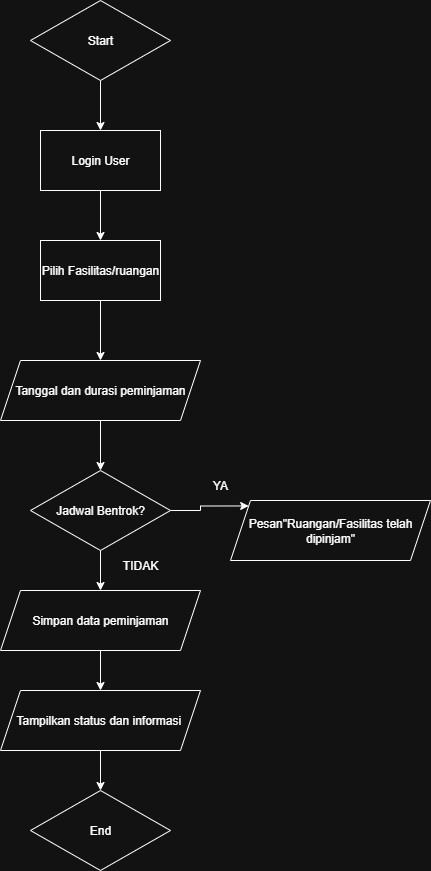
Before: Framework.drawio.png, a diagram exported from draw.io (ieatcheese99/Framework). Source tidied: cells renumbered, new cells last; positions are measured from the earlier drawing's top-left corner, leaving out a move shared by most shapes. The source it was exported from:
```xml
<mxGraphModel>
  <root>
    <mxCell id="0" />
    <mxCell id="1" parent="0" />
    <mxCell id="2" style="edgeStyle=orthogonalEdgeStyle;rounded=0;jettySize=auto;html=1;entryX=0.5;entryY=0;entryDx=0;entryDy=0;" parent="1" edge="1" source="3" target="6">
      <mxGeometry relative="1" as="geometry" />
    </mxCell>
    <mxCell id="3" value="Start" style="rhombus;whiteSpace=wrap;html=1;" parent="1" vertex="1">
      <mxGeometry x="30" width="140" height="80" as="geometry" />
    </mxCell>
    <mxCell id="4" value="End" style="rhombus;whiteSpace=wrap;html=1;" parent="1" vertex="1">
      <mxGeometry x="30" y="790" width="140" height="80" as="geometry" />
    </mxCell>
    <mxCell id="5" style="edgeStyle=orthogonalEdgeStyle;rounded=0;jettySize=auto;html=1;entryX=0.5;entryY=0;entryDx=0;entryDy=0;" parent="1" edge="1" source="6" target="8">
      <mxGeometry relative="1" as="geometry" />
    </mxCell>
    <mxCell id="6" value="Login User" style="rounded=0;whiteSpace=wrap;html=1;" parent="1" vertex="1">
      <mxGeometry x="40" y="130" width="120" height="60" as="geometry" />
    </mxCell>
    <mxCell id="7" style="edgeStyle=orthogonalEdgeStyle;rounded=0;jettySize=auto;html=1;entryX=0.5;entryY=0;entryDx=0;entryDy=0;" parent="1" edge="1" source="8" target="10">
      <mxGeometry relative="1" as="geometry" />
    </mxCell>
    <mxCell id="8" value="Pilih Fasilitas/ruangan" style="rounded=0;whiteSpace=wrap;html=1;" parent="1" vertex="1">
      <mxGeometry x="40" y="240" width="120" height="60" as="geometry" />
    </mxCell>
    <mxCell id="9" style="edgeStyle=orthogonalEdgeStyle;rounded=0;jettySize=auto;html=1;entryX=0.5;entryY=0;entryDx=0;entryDy=0;" parent="1" edge="1" source="10" target="13">
      <mxGeometry relative="1" as="geometry" />
    </mxCell>
    <mxCell id="10" value="Tanggal dan durasi peminjaman" style="shape=parallelogram;perimeter=parallelogramPerimeter;whiteSpace=wrap;html=1;fixedSize=1;" parent="1" vertex="1">
      <mxGeometry y="360" width="200" height="60" as="geometry" />
    </mxCell>
    <mxCell id="11" style="edgeStyle=orthogonalEdgeStyle;rounded=0;jettySize=auto;html=1;entryX=0.5;entryY=0;entryDx=0;entryDy=0;" parent="1" edge="1" source="13" target="15">
      <mxGeometry relative="1" as="geometry" />
    </mxCell>
    <mxCell id="12" style="edgeStyle=orthogonalEdgeStyle;rounded=0;jettySize=auto;html=1;exitX=1;exitY=0.5;exitDx=0;exitDy=0;entryX=0;entryY=0;entryDx=0;entryDy=0;" parent="1" edge="1" source="13" target="16">
      <mxGeometry relative="1" as="geometry" />
    </mxCell>
    <mxCell id="13" value="Jadwal Bentrok?" style="rhombus;whiteSpace=wrap;html=1;" parent="1" vertex="1">
      <mxGeometry x="30" y="470" width="140" height="80" as="geometry" />
    </mxCell>
    <mxCell id="14" style="edgeStyle=orthogonalEdgeStyle;rounded=0;jettySize=auto;html=1;entryX=0.5;entryY=0;entryDx=0;entryDy=0;" parent="1" edge="1" source="15" target="18">
      <mxGeometry relative="1" as="geometry" />
    </mxCell>
    <mxCell id="15" value="Simpan data peminjaman" style="shape=parallelogram;perimeter=parallelogramPerimeter;whiteSpace=wrap;html=1;fixedSize=1;" parent="1" vertex="1">
      <mxGeometry y="590" width="200" height="60" as="geometry" />
    </mxCell>
    <mxCell id="16" value="Pesan&quot;Ruangan/Fasilitas telah dipinjam&quot;" style="shape=parallelogram;perimeter=parallelogramPerimeter;whiteSpace=wrap;html=1;fixedSize=1;" parent="1" vertex="1">
      <mxGeometry x="230" y="500" width="200" height="60" as="geometry" />
    </mxCell>
    <mxCell id="17" style="edgeStyle=orthogonalEdgeStyle;rounded=0;jettySize=auto;html=1;entryX=0.5;entryY=0;entryDx=0;entryDy=0;" parent="1" edge="1" source="18" target="4">
      <mxGeometry relative="1" as="geometry" />
    </mxCell>
    <mxCell id="18" value="Tampilkan status dan informasi&amp;nbsp;" style="shape=parallelogram;perimeter=parallelogramPerimeter;whiteSpace=wrap;html=1;fixedSize=1;" parent="1" vertex="1">
      <mxGeometry y="690" width="200" height="60" as="geometry" />
    </mxCell>
    <mxCell id="19" value="YA" style="text;html=1;align=center;verticalAlign=middle;whiteSpace=wrap;rounded=0;" parent="1" vertex="1">
      <mxGeometry x="190" y="470" width="60" height="30" as="geometry" />
    </mxCell>
    <mxCell id="20" value="TIDAK" style="text;html=1;align=center;verticalAlign=middle;whiteSpace=wrap;rounded=0;" parent="1" vertex="1">
      <mxGeometry x="110" y="550" width="60" height="30" as="geometry" />
    </mxCell>
  </root>
</mxGraphModel>
```
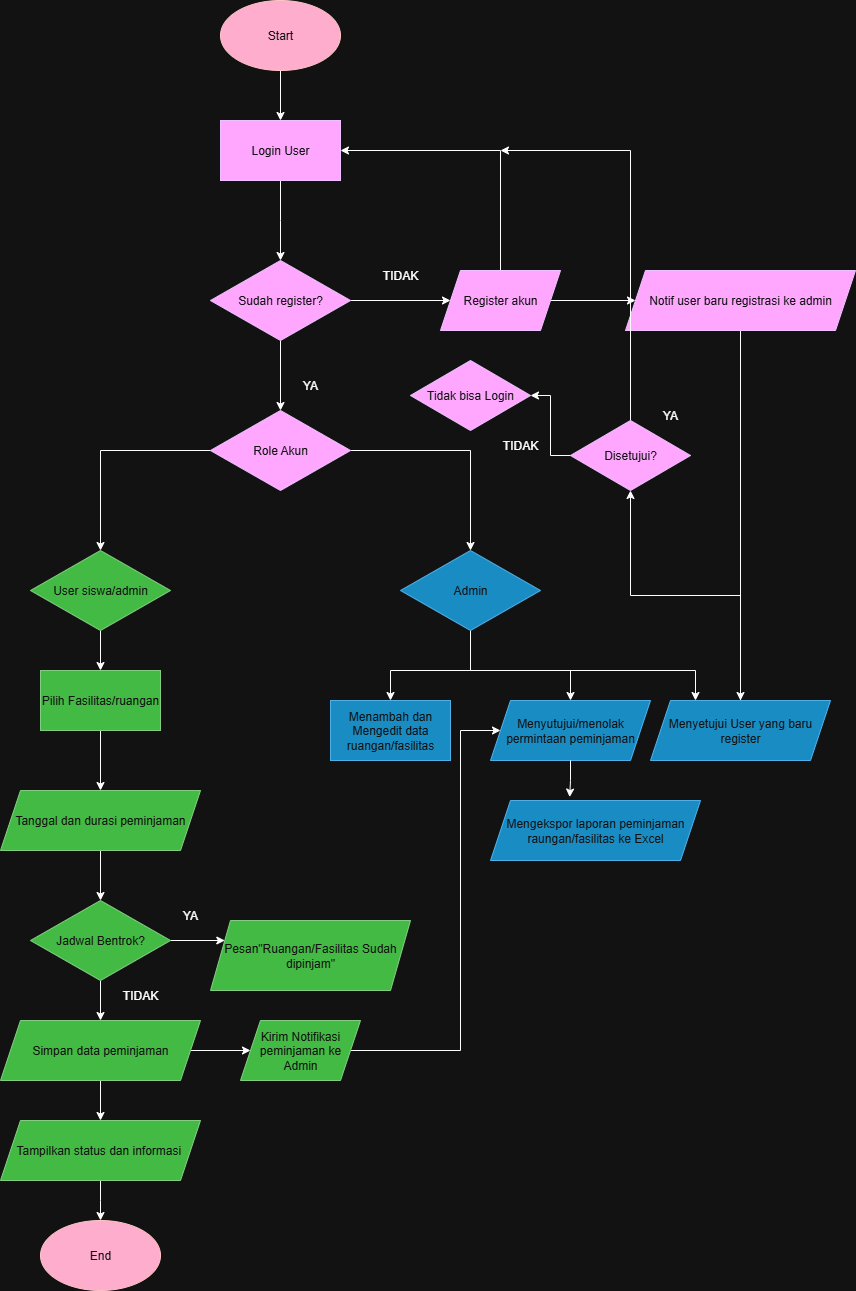
Above is the later version.

The edit, as a diff of the source:
```diff
@@ -2,62 +2,202 @@
   <root>
     <mxCell id="0" />
     <mxCell id="1" parent="0" />
-    <mxCell id="2" style="edgeStyle=orthogonalEdgeStyle;rounded=0;jettySize=auto;html=1;entryX=0.5;entryY=0;entryDx=0;entryDy=0;" parent="1" edge="1" source="3" target="6">
-      <mxGeometry relative="1" as="geometry" />
-    </mxCell>
-    <mxCell id="3" value="Start" style="rhombus;whiteSpace=wrap;html=1;" parent="1" vertex="1">
-      <mxGeometry x="30" width="140" height="80" as="geometry" />
-    </mxCell>
-    <mxCell id="4" value="End" style="rhombus;whiteSpace=wrap;html=1;" parent="1" vertex="1">
-      <mxGeometry x="30" y="790" width="140" height="80" as="geometry" />
-    </mxCell>
-    <mxCell id="5" style="edgeStyle=orthogonalEdgeStyle;rounded=0;jettySize=auto;html=1;entryX=0.5;entryY=0;entryDx=0;entryDy=0;" parent="1" edge="1" source="6" target="8">
-      <mxGeometry relative="1" as="geometry" />
-    </mxCell>
+    <mxCell id="21" style="edgeStyle=orthogonalEdgeStyle;rounded=0;jettySize=auto;html=1;" parent="1" edge="1" source="6">
+      <mxGeometry relative="1" as="geometry">
+        <mxPoint x="280" y="-170" as="targetPoint" />
+      </mxGeometry>
+    </mxCell>
-    <mxCell id="6" value="Login User" style="rounded=0;whiteSpace=wrap;html=1;" parent="1" vertex="1">
-      <mxGeometry x="40" y="130" width="120" height="60" as="geometry" />
+    <mxCell id="6" value="Login User" style="rounded=0;whiteSpace=wrap;html=1;fillColor=#6a00ff;fontColor=#ffffff;strokeColor=#3700CC;" parent="1" vertex="1">
+      <mxGeometry x="220" y="-310" width="120" height="60" as="geometry" />
     </mxCell>
     <mxCell id="7" style="edgeStyle=orthogonalEdgeStyle;rounded=0;jettySize=auto;html=1;entryX=0.5;entryY=0;entryDx=0;entryDy=0;" parent="1" edge="1" source="8" target="10">
       <mxGeometry relative="1" as="geometry" />
     </mxCell>
-    <mxCell id="8" value="Pilih Fasilitas/ruangan" style="rounded=0;whiteSpace=wrap;html=1;" parent="1" vertex="1">
+    <mxCell id="8" value="Pilih Fasilitas/ruangan" style="rounded=0;whiteSpace=wrap;html=1;fillColor=#008a00;fontColor=#ffffff;strokeColor=#005700;" parent="1" vertex="1">
       <mxGeometry x="40" y="240" width="120" height="60" as="geometry" />
     </mxCell>
     <mxCell id="9" style="edgeStyle=orthogonalEdgeStyle;rounded=0;jettySize=auto;html=1;entryX=0.5;entryY=0;entryDx=0;entryDy=0;" parent="1" edge="1" source="10" target="13">
       <mxGeometry relative="1" as="geometry" />
     </mxCell>
-    <mxCell id="10" value="Tanggal dan durasi peminjaman" style="shape=parallelogram;perimeter=parallelogramPerimeter;whiteSpace=wrap;html=1;fixedSize=1;" parent="1" vertex="1">
+    <mxCell id="10" value="Tanggal dan durasi peminjaman" style="shape=parallelogram;perimeter=parallelogramPerimeter;whiteSpace=wrap;html=1;fixedSize=1;fillColor=#008a00;fontColor=#ffffff;strokeColor=#005700;" parent="1" vertex="1">
       <mxGeometry y="360" width="200" height="60" as="geometry" />
     </mxCell>
     <mxCell id="11" style="edgeStyle=orthogonalEdgeStyle;rounded=0;jettySize=auto;html=1;entryX=0.5;entryY=0;entryDx=0;entryDy=0;" parent="1" edge="1" source="13" target="15">
       <mxGeometry relative="1" as="geometry" />
     </mxCell>
-    <mxCell id="12" style="edgeStyle=orthogonalEdgeStyle;rounded=0;jettySize=auto;html=1;exitX=1;exitY=0.5;exitDx=0;exitDy=0;entryX=0;entryY=0;entryDx=0;entryDy=0;" parent="1" edge="1" source="13" target="16">
+    <mxCell id="12" style="edgeStyle=orthogonalEdgeStyle;rounded=0;jettySize=auto;html=1;entryX=0;entryY=0.25;entryDx=0;entryDy=0;" parent="1" edge="1" source="13" target="16">
       <mxGeometry relative="1" as="geometry" />
     </mxCell>
-    <mxCell id="13" value="Jadwal Bentrok?" style="rhombus;whiteSpace=wrap;html=1;" parent="1" vertex="1">
+    <mxCell id="13" value="Jadwal Bentrok?" style="rhombus;whiteSpace=wrap;html=1;fillColor=#008a00;fontColor=#ffffff;strokeColor=#005700;" parent="1" vertex="1">
       <mxGeometry x="30" y="470" width="140" height="80" as="geometry" />
     </mxCell>
     <mxCell id="14" style="edgeStyle=orthogonalEdgeStyle;rounded=0;jettySize=auto;html=1;entryX=0.5;entryY=0;entryDx=0;entryDy=0;" parent="1" edge="1" source="15" target="18">
       <mxGeometry relative="1" as="geometry" />
     </mxCell>
+    <mxCell id="22" style="edgeStyle=orthogonalEdgeStyle;rounded=0;jettySize=auto;html=1;" parent="1" edge="1" source="15" target="46">
+      <mxGeometry relative="1" as="geometry" />
+    </mxCell>
-    <mxCell id="15" value="Simpan data peminjaman" style="shape=parallelogram;perimeter=parallelogramPerimeter;whiteSpace=wrap;html=1;fixedSize=1;" parent="1" vertex="1">
+    <mxCell id="15" value="Simpan data peminjaman" style="shape=parallelogram;perimeter=parallelogramPerimeter;whiteSpace=wrap;html=1;fixedSize=1;fillColor=#008a00;fontColor=#ffffff;strokeColor=#005700;" parent="1" vertex="1">
       <mxGeometry y="590" width="200" height="60" as="geometry" />
     </mxCell>
-    <mxCell id="16" value="Pesan&quot;Ruangan/Fasilitas telah dipinjam&quot;" style="shape=parallelogram;perimeter=parallelogramPerimeter;whiteSpace=wrap;html=1;fixedSize=1;" parent="1" vertex="1">
-      <mxGeometry x="230" y="500" width="200" height="60" as="geometry" />
+    <mxCell id="16" value="Pesan&quot;Ruangan/Fasilitas Sudah dipinjam&quot;" style="shape=parallelogram;perimeter=parallelogramPerimeter;whiteSpace=wrap;html=1;fixedSize=1;size=20;fillColor=#008a00;fontColor=#ffffff;strokeColor=#005700;" parent="1" vertex="1">
+      <mxGeometry x="210" y="490" width="200" height="70" as="geometry" />
     </mxCell>
-    <mxCell id="17" style="edgeStyle=orthogonalEdgeStyle;rounded=0;jettySize=auto;html=1;entryX=0.5;entryY=0;entryDx=0;entryDy=0;" parent="1" edge="1" source="18" target="4">
-      <mxGeometry relative="1" as="geometry" />
-    </mxCell>
+    <mxCell id="23" style="edgeStyle=orthogonalEdgeStyle;rounded=0;jettySize=auto;html=1;" parent="1" edge="1" source="18">
+      <mxGeometry relative="1" as="geometry">
+        <mxPoint x="100" y="790" as="targetPoint" />
+      </mxGeometry>
+    </mxCell>
-    <mxCell id="18" value="Tampilkan status dan informasi&amp;nbsp;" style="shape=parallelogram;perimeter=parallelogramPerimeter;whiteSpace=wrap;html=1;fixedSize=1;" parent="1" vertex="1">
+    <mxCell id="18" value="Tampilkan status dan informasi&amp;nbsp;" style="shape=parallelogram;perimeter=parallelogramPerimeter;whiteSpace=wrap;html=1;fixedSize=1;fillColor=#008a00;fontColor=#ffffff;strokeColor=#005700;" parent="1" vertex="1">
       <mxGeometry y="690" width="200" height="60" as="geometry" />
     </mxCell>
     <mxCell id="19" value="YA" style="text;html=1;align=center;verticalAlign=middle;whiteSpace=wrap;rounded=0;" parent="1" vertex="1">
-      <mxGeometry x="190" y="470" width="60" height="30" as="geometry" />
+      <mxGeometry x="160" y="470" width="60" height="30" as="geometry" />
     </mxCell>
     <mxCell id="20" value="TIDAK" style="text;html=1;align=center;verticalAlign=middle;whiteSpace=wrap;rounded=0;" parent="1" vertex="1">
       <mxGeometry x="110" y="550" width="60" height="30" as="geometry" />
     </mxCell>
+    <mxCell id="24" value="Menambah dan Mengedit data ruangan/fasilitas" style="rounded=0;whiteSpace=wrap;html=1;fillColor=#1ba1e2;fontColor=#ffffff;strokeColor=#006EAF;" parent="1" vertex="1">
+      <mxGeometry x="330" y="270" width="120" height="60" as="geometry" />
+    </mxCell>
+    <mxCell id="25" style="edgeStyle=orthogonalEdgeStyle;rounded=0;jettySize=auto;html=1;" parent="1" edge="1" source="28" target="24">
+      <mxGeometry relative="1" as="geometry">
+        <Array as="points">
+          <mxPoint x="470" y="240" />
+          <mxPoint x="390" y="240" />
+        </Array>
+      </mxGeometry>
+    </mxCell>
+    <mxCell id="26" style="edgeStyle=orthogonalEdgeStyle;rounded=0;jettySize=auto;html=1;" parent="1" edge="1" source="28" target="44">
+      <mxGeometry relative="1" as="geometry">
+        <Array as="points">
+          <mxPoint x="470" y="240" />
+          <mxPoint x="570" y="240" />
+        </Array>
+      </mxGeometry>
+    </mxCell>
+    <mxCell id="27" style="edgeStyle=orthogonalEdgeStyle;rounded=0;jettySize=auto;html=1;entryX=0.25;entryY=0;entryDx=0;entryDy=0;" parent="1" edge="1" source="28" target="49">
+      <mxGeometry relative="1" as="geometry">
+        <Array as="points">
+          <mxPoint x="470" y="240" />
+          <mxPoint x="695" y="240" />
+        </Array>
+      </mxGeometry>
+    </mxCell>
+    <mxCell id="28" value="Admin" style="rhombus;whiteSpace=wrap;html=1;fillColor=#1ba1e2;fontColor=#ffffff;strokeColor=#006EAF;" parent="1" vertex="1">
+      <mxGeometry x="400" y="120" width="140" height="80" as="geometry" />
+    </mxCell>
+    <mxCell id="29" style="endArrow=classic;html=1;rounded=0;entryX=0.5;entryY=0;entryDx=0;entryDy=0;exitX=0.5;exitY=1;exitDx=0;exitDy=0;" parent="1" edge="1" target="31">
+      <mxGeometry relative="1" as="geometry">
+        <mxPoint x="95" y="175" as="sourcePoint" />
+      </mxGeometry>
+    </mxCell>
+    <mxCell id="30" style="edgeStyle=orthogonalEdgeStyle;rounded=0;jettySize=auto;html=1;entryX=0.5;entryY=0;entryDx=0;entryDy=0;" parent="1" edge="1" source="31" target="8">
+      <mxGeometry relative="1" as="geometry" />
+    </mxCell>
+    <mxCell id="31" value="User siswa/admin" style="rhombus;whiteSpace=wrap;html=1;fillColor=#008a00;fontColor=#ffffff;strokeColor=#005700;" parent="1" vertex="1">
+      <mxGeometry x="30" y="120" width="140" height="80" as="geometry" />
+    </mxCell>
+    <mxCell id="32" value="Mengekspor laporan peminjaman raungan/fasilitas ke Excel" style="shape=parallelogram;perimeter=parallelogramPerimeter;whiteSpace=wrap;html=1;fixedSize=1;fillColor=#1ba1e2;fontColor=#ffffff;strokeColor=#006EAF;" parent="1" vertex="1">
+      <mxGeometry x="490" y="370" width="210" height="60" as="geometry" />
+    </mxCell>
+    <mxCell id="2" style="edgeStyle=orthogonalEdgeStyle;rounded=0;jettySize=auto;html=1;" parent="1" edge="1" source="3" target="6">
+      <mxGeometry relative="1" as="geometry" />
+    </mxCell>
+    <mxCell id="3" value="Start" style="ellipse;whiteSpace=wrap;html=1;fillColor=#a20025;fontColor=#ffffff;strokeColor=#6F0000;" parent="1" vertex="1">
+      <mxGeometry x="220" y="-430" width="120" height="70" as="geometry" />
+    </mxCell>
+    <mxCell id="4" value="End" style="ellipse;whiteSpace=wrap;html=1;fillColor=#a20025;fontColor=#ffffff;strokeColor=#6F0000;" parent="1" vertex="1">
+      <mxGeometry x="40" y="790" width="120" height="70" as="geometry" />
+    </mxCell>
+    <mxCell id="33" style="edgeStyle=orthogonalEdgeStyle;rounded=0;jettySize=auto;html=1;" parent="1" edge="1" source="35" target="38">
+      <mxGeometry relative="1" as="geometry" />
+    </mxCell>
+    <mxCell id="34" style="edgeStyle=orthogonalEdgeStyle;rounded=0;jettySize=auto;html=1;" parent="1" edge="1" source="35" target="41">
+      <mxGeometry relative="1" as="geometry" />
+    </mxCell>
+    <mxCell id="35" value="Sudah register?" style="rhombus;whiteSpace=wrap;html=1;fillColor=#6a00ff;fontColor=#ffffff;strokeColor=#3700CC;" parent="1" vertex="1">
+      <mxGeometry x="210" y="-170" width="140" height="80" as="geometry" />
+    </mxCell>
+    <mxCell id="36" style="edgeStyle=orthogonalEdgeStyle;rounded=0;jettySize=auto;html=1;entryX=1;entryY=0.5;entryDx=0;entryDy=0;" parent="1" edge="1" source="38" target="6">
+      <mxGeometry relative="1" as="geometry">
+        <Array as="points">
+          <mxPoint x="500" y="-280" />
+        </Array>
+      </mxGeometry>
+    </mxCell>
+    <mxCell id="37" style="edgeStyle=orthogonalEdgeStyle;rounded=0;jettySize=auto;html=1;" parent="1" edge="1" source="38" target="51">
+      <mxGeometry relative="1" as="geometry" />
+    </mxCell>
+    <mxCell id="38" value="Register akun" style="shape=parallelogram;perimeter=parallelogramPerimeter;whiteSpace=wrap;html=1;fixedSize=1;fillColor=#6a00ff;strokeColor=#3700CC;fontColor=#ffffff;" parent="1" vertex="1">
+      <mxGeometry x="440" y="-160" width="120" height="60" as="geometry" />
+    </mxCell>
+    <mxCell id="39" style="edgeStyle=orthogonalEdgeStyle;rounded=0;jettySize=auto;html=1;entryX=0.5;entryY=0;entryDx=0;entryDy=0;" parent="1" edge="1" source="41" target="31">
+      <mxGeometry relative="1" as="geometry" />
+    </mxCell>
+    <mxCell id="40" style="edgeStyle=orthogonalEdgeStyle;rounded=0;jettySize=auto;html=1;entryX=0.5;entryY=0;entryDx=0;entryDy=0;" parent="1" edge="1" source="41" target="28">
+      <mxGeometry relative="1" as="geometry" />
+    </mxCell>
+    <mxCell id="41" value="Role Akun" style="rhombus;whiteSpace=wrap;html=1;fillColor=#6a00ff;fontColor=#ffffff;strokeColor=#3700CC;" parent="1" vertex="1">
+      <mxGeometry x="210" y="-20" width="140" height="80" as="geometry" />
+    </mxCell>
+    <mxCell id="42" value="YA" style="text;html=1;align=center;verticalAlign=middle;whiteSpace=wrap;rounded=0;" parent="1" vertex="1">
+      <mxGeometry x="280" y="-60" width="60" height="30" as="geometry" />
+    </mxCell>
+    <mxCell id="43" value="TIDAK" style="text;html=1;align=center;verticalAlign=middle;whiteSpace=wrap;rounded=0;" parent="1" vertex="1">
+      <mxGeometry x="370" y="-170" width="60" height="30" as="geometry" />
+    </mxCell>
+    <mxCell id="44" value="Menyutujui/menolak&lt;div&gt;permintaan peminjaman&lt;/div&gt;" style="shape=parallelogram;perimeter=parallelogramPerimeter;whiteSpace=wrap;html=1;fixedSize=1;fillColor=#1ba1e2;strokeColor=#006EAF;fontColor=#ffffff;" parent="1" vertex="1">
+      <mxGeometry x="490" y="270" width="160" height="60" as="geometry" />
+    </mxCell>
+    <mxCell id="45" style="edgeStyle=orthogonalEdgeStyle;rounded=0;jettySize=auto;html=1;entryX=0;entryY=0.5;entryDx=0;entryDy=0;" parent="1" edge="1" source="46" target="44">
+      <mxGeometry relative="1" as="geometry">
+        <Array as="points">
+          <mxPoint x="460" y="620" />
+          <mxPoint x="460" y="300" />
+        </Array>
+      </mxGeometry>
+    </mxCell>
+    <mxCell id="46" value="Kirim Notifikasi peminjaman ke Admin" style="shape=parallelogram;perimeter=parallelogramPerimeter;whiteSpace=wrap;html=1;fixedSize=1;fillColor=#008a00;strokeColor=#005700;fontColor=#ffffff;" parent="1" vertex="1">
+      <mxGeometry x="240" y="590" width="120" height="60" as="geometry" />
+    </mxCell>
+    <mxCell id="47" style="edgeStyle=orthogonalEdgeStyle;rounded=0;jettySize=auto;html=1;entryX=0.377;entryY=-0.057;entryDx=0;entryDy=0;entryPerimeter=0;" parent="1" edge="1" source="44" target="32">
+      <mxGeometry relative="1" as="geometry" />
+    </mxCell>
+    <mxCell id="48" style="edgeStyle=orthogonalEdgeStyle;rounded=0;jettySize=auto;html=1;" parent="1" edge="1" source="49" target="54">
+      <mxGeometry relative="1" as="geometry" />
+    </mxCell>
+    <mxCell id="49" value="Menyetujui User yang baru register" style="shape=parallelogram;perimeter=parallelogramPerimeter;whiteSpace=wrap;html=1;fixedSize=1;fillColor=#1ba1e2;strokeColor=#006EAF;fontColor=#ffffff;" parent="1" vertex="1">
+      <mxGeometry x="650" y="270" width="180" height="60" as="geometry" />
+    </mxCell>
+    <mxCell id="50" style="edgeStyle=orthogonalEdgeStyle;rounded=0;jettySize=auto;html=1;entryX=0.5;entryY=0;entryDx=0;entryDy=0;" parent="1" edge="1" source="51" target="49">
+      <mxGeometry relative="1" as="geometry" />
+    </mxCell>
+    <mxCell id="51" value="Notif user baru registrasi ke admin" style="shape=parallelogram;perimeter=parallelogramPerimeter;whiteSpace=wrap;html=1;fixedSize=1;fillColor=#6a00ff;strokeColor=#3700CC;fontColor=#ffffff;" parent="1" vertex="1">
+      <mxGeometry x="625" y="-160" width="230" height="60" as="geometry" />
+    </mxCell>
+    <mxCell id="52" style="edgeStyle=orthogonalEdgeStyle;rounded=0;jettySize=auto;html=1;" parent="1" edge="1" source="54">
+      <mxGeometry relative="1" as="geometry">
+        <mxPoint x="500" y="-280" as="targetPoint" />
+        <Array as="points">
+          <mxPoint x="630" y="-280" />
+        </Array>
+      </mxGeometry>
+    </mxCell>
+    <mxCell id="53" style="edgeStyle=orthogonalEdgeStyle;rounded=0;jettySize=auto;html=1;" parent="1" edge="1" source="54" target="57">
+      <mxGeometry relative="1" as="geometry" />
+    </mxCell>
+    <mxCell id="54" value="Disetujui?" style="rhombus;whiteSpace=wrap;html=1;fillColor=#6a00ff;fontColor=#ffffff;strokeColor=#3700CC;" parent="1" vertex="1">
+      <mxGeometry x="570" y="-10" width="120" height="70" as="geometry" />
+    </mxCell>
+    <mxCell id="55" value="YA" style="text;html=1;align=center;verticalAlign=middle;whiteSpace=wrap;rounded=0;" parent="1" vertex="1">
+      <mxGeometry x="640" y="-30" width="60" height="30" as="geometry" />
+    </mxCell>
+    <mxCell id="56" value="TIDAK" style="text;html=1;align=center;verticalAlign=middle;whiteSpace=wrap;rounded=0;" parent="1" vertex="1">
+      <mxGeometry x="490" width="60" height="30" as="geometry" />
+    </mxCell>
+    <mxCell id="57" value="Tidak bisa Login" style="rhombus;whiteSpace=wrap;html=1;fillColor=#6a00ff;fontColor=#ffffff;strokeColor=#3700CC;" parent="1" vertex="1">
+      <mxGeometry x="410" y="-70" width="120" height="70" as="geometry" />
+    </mxCell>
   </root>
 </mxGraphModel>
```
